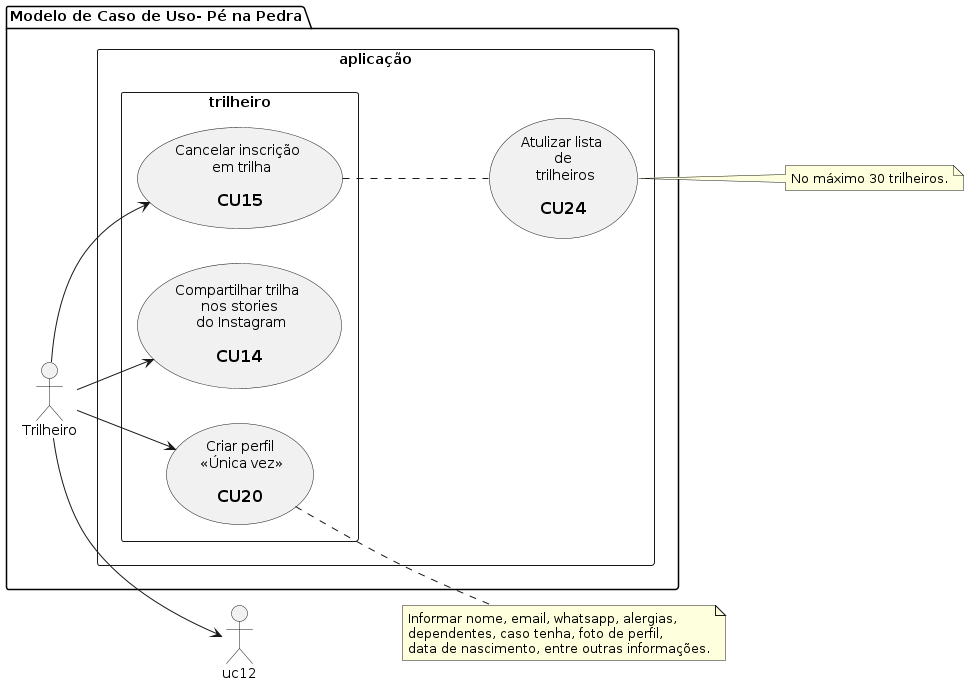
Before: docs/diagrams/out/usecases_diagrams/pe_na_pedra_usecase_7.png, a diagram exported from PlantUML (tiagors09/pe_na_pedra). The source it was exported from:
```plantuml
@startuml pe_na_pedra_usecase_7
  left to right direction

  package "Modelo de Caso de Uso- Pé na Pedra" {
    :Trilheiro: as tr

    rectangle aplicação {
      usecase uc24 as "Atulizar lista \n de \n trilheiros\n
      == CU24"

      rectangle trilheiro {
        usecase uc20 as "Criar perfil\n <<Única vez>>\n
          == CU20"
        usecase uc14 as "Compartilhar trilha \n nos stories \n do Instagram\n
          == CU14"
        usecase uc15 as "Cancelar inscrição \n em trilha\n
          == CU15"
      }
    }
  }

  note right of uc20
    Informar nome, email, whatsapp, alergias,
    dependentes, caso tenha, foto de perfil,
    data de nascimento, entre outras informações.
  end note

  note right of uc24
    No máximo 30 trilheiros.
  end note

  uc15 .. uc24

  tr --> uc20
  tr --> uc12
  tr --> uc14
  tr --> uc15
@enduml
```
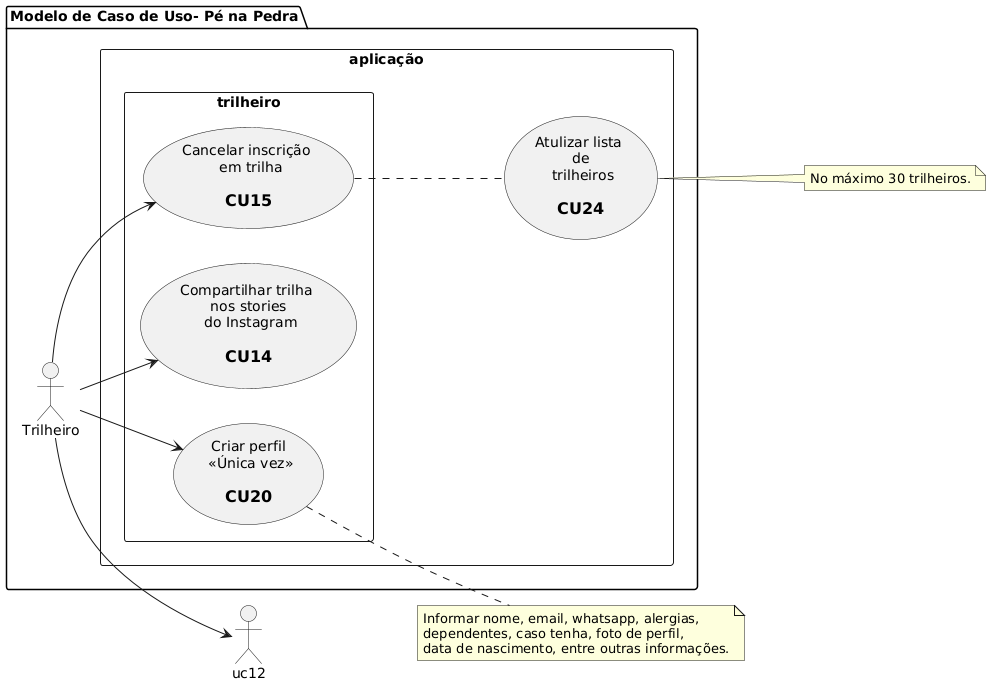
Later version of the same file.

Change to the diagram source:
```diff
@@ -1,5 +1,5 @@
-@startuml pe_na_pedra_usecase_7
-  left to right direction
+@startuml
+left to right direction
 
   package "Modelo de Caso de Uso- Pé na Pedra" {
     :Trilheiro: as tr
```
